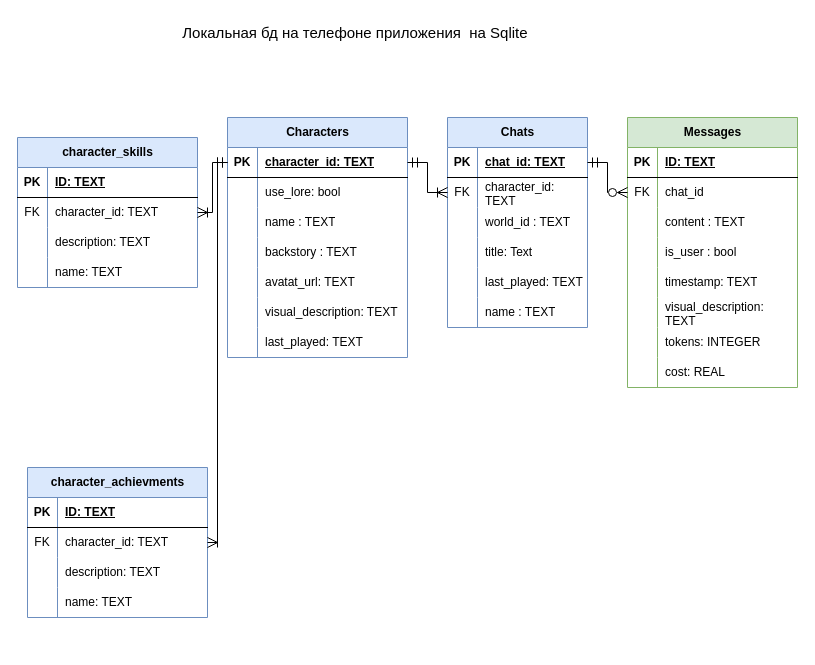
Aleksandrpch/RPG_chat keeps this draw.io diagram as docs/Локальная бд на телефоне RPG_CHAT.drawio. Above is the earlier version. Source tidied: cells renumbered, new cells numbered last; positions are measured from the earlier drawing's top-left corner, leaving out a move shared by most shapes. Both pictures are drawn from the tidied source at 100%, with x=0, y=0 at pixel (17, 17).
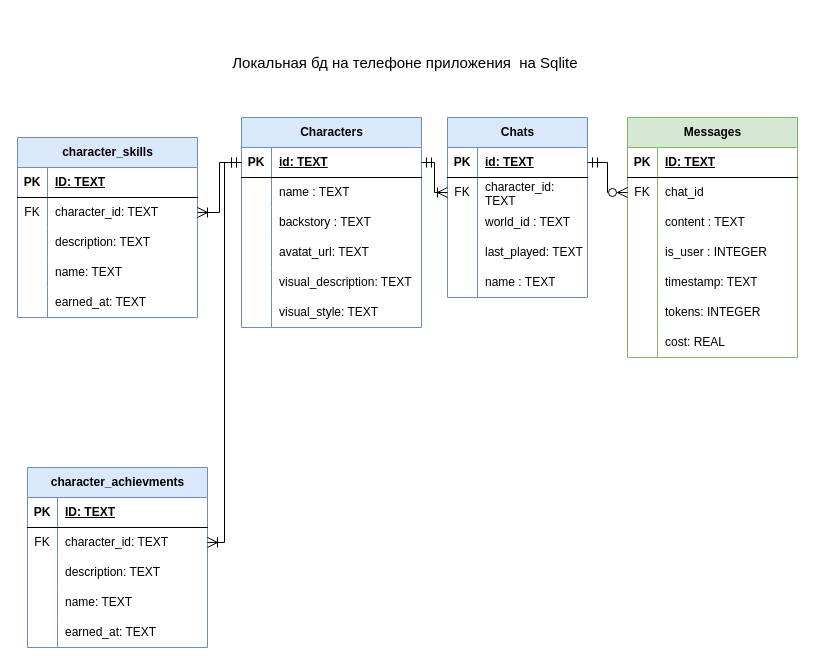
Above is the later version.

The change refers to these unchanged cells:
```xml
<mxCell id="3" style="shape=tableRow;horizontal=0;startSize=0;swimlaneHead=0;swimlaneBody=0;fillColor=none;points=[[0,0.5],[1,0.5]];portConstraint=eastwest;top=0;left=0;right=0;bottom=1;" parent="2" vertex="1">
  <mxGeometry y="30" width="180" height="30" as="geometry" />
</mxCell>
<mxCell id="38" style="shape=tableRow;horizontal=0;startSize=0;swimlaneHead=0;swimlaneBody=0;fillColor=none;points=[[0,0.5],[1,0.5]];portConstraint=eastwest;top=0;left=0;right=0;bottom=1;" parent="37" vertex="1">
  <mxGeometry y="30" width="140" height="30" as="geometry" />
</mxCell>
<mxCell id="79" style="shape=tableRow;horizontal=0;startSize=0;swimlaneHead=0;swimlaneBody=0;fillColor=none;top=0;left=0;right=0;bottom=0;" parent="69" vertex="1">
  <mxGeometry y="120" width="170" height="30" as="geometry" />
</mxCell>
```

The edit, as a diff of the source:
```diff
@@
     <mxCell id="2" value="Characters" style="shape=table;startSize=30;childLayout=tableLayout;rowLines=0;fontStyle=1;align=center;html=1;fillColor=#dae8fc;strokeColor=#6c8ebf;" parent="1" vertex="1">
-      <mxGeometry x="210" y="100" width="180" height="240" as="geometry" />
+      <mxGeometry x="224" y="100" width="180" height="210" as="geometry" />
     </mxCell>
@@
-    <mxCell id="5" value="character_id: TEXT" style="shape=partialRectangle;fillColor=none;top=0;left=0;bottom=0;right=0;align=left;spacingLeft=6;fontStyle=5;overflow=hidden;whiteSpace=wrap;html=1;" parent="3" vertex="1">
+    <mxCell id="5" value="id: TEXT" style="shape=partialRectangle;fillColor=none;top=0;left=0;bottom=0;right=0;align=left;spacingLeft=6;fontStyle=5;overflow=hidden;whiteSpace=wrap;html=1;" parent="3" vertex="1">
       <mxGeometry x="30" width="150" height="30" as="geometry" />
     </mxCell>
-    <mxCell id="6" style="shape=tableRow;horizontal=0;startSize=0;swimlaneHead=0;swimlaneBody=0;fillColor=none;top=0;left=0;right=0;bottom=0;" parent="2" vertex="1">
-      <mxGeometry y="60" width="180" height="30" as="geometry" />
-    </mxCell>
-    <mxCell id="7" style="shape=partialRectangle;fillColor=none;top=0;left=0;bottom=0;right=0;overflow=hidden;whiteSpace=wrap;html=1;" parent="6" vertex="1">
-      <mxGeometry width="30" height="30" as="geometry" />
-    </mxCell>
-    <mxCell id="8" value="use_lore: bool" style="shape=partialRectangle;fillColor=none;top=0;left=0;bottom=0;right=0;align=left;spacingLeft=6;overflow=hidden;whiteSpace=wrap;html=1;" parent="6" vertex="1">
-      <mxGeometry x="30" width="150" height="30" as="geometry" />
-    </mxCell>
     <mxCell id="9" style="shape=tableRow;horizontal=0;startSize=0;swimlaneHead=0;swimlaneBody=0;fillColor=none;top=0;left=0;right=0;bottom=0;" parent="2" vertex="1">
-      <mxGeometry y="90" width="180" height="30" as="geometry" />
+      <mxGeometry y="60" width="180" height="30" as="geometry" />
     </mxCell>
@@
     <mxCell id="12" style="shape=tableRow;horizontal=0;startSize=0;swimlaneHead=0;swimlaneBody=0;fillColor=none;top=0;left=0;right=0;bottom=0;" parent="2" vertex="1">
-      <mxGeometry y="120" width="180" height="30" as="geometry" />
+      <mxGeometry y="90" width="180" height="30" as="geometry" />
     </mxCell>
@@
     <mxCell id="15" style="shape=tableRow;horizontal=0;startSize=0;swimlaneHead=0;swimlaneBody=0;fillColor=none;top=0;left=0;right=0;bottom=0;" parent="2" vertex="1">
-      <mxGeometry y="150" width="180" height="30" as="geometry" />
+      <mxGeometry y="120" width="180" height="30" as="geometry" />
     </mxCell>
@@
     <mxCell id="18" style="shape=tableRow;horizontal=0;startSize=0;swimlaneHead=0;swimlaneBody=0;fillColor=none;top=0;left=0;right=0;bottom=0;" parent="2" vertex="1">
-      <mxGeometry y="180" width="180" height="30" as="geometry" />
+      <mxGeometry y="150" width="180" height="30" as="geometry" />
     </mxCell>
@@
     <mxCell id="21" style="shape=tableRow;horizontal=0;startSize=0;swimlaneHead=0;swimlaneBody=0;fillColor=none;top=0;left=0;right=0;bottom=0;" parent="2" vertex="1">
-      <mxGeometry y="210" width="180" height="30" as="geometry" />
+      <mxGeometry y="180" width="180" height="30" as="geometry" />
     </mxCell>
@@
-    <mxCell id="23" value="last_played: TEXT" style="shape=partialRectangle;fillColor=none;top=0;left=0;bottom=0;right=0;align=left;spacingLeft=6;overflow=hidden;whiteSpace=wrap;html=1;" parent="21" vertex="1">
+    <mxCell id="23" value="visual_style: TEXT" style="shape=partialRectangle;fillColor=none;top=0;left=0;bottom=0;right=0;align=left;spacingLeft=6;overflow=hidden;whiteSpace=wrap;html=1;" parent="21" vertex="1">
       <mxGeometry x="30" width="150" height="30" as="geometry" />
     </mxCell>
     <mxCell id="24" value="character_achievments" style="shape=table;startSize=30;childLayout=tableLayout;rowLines=0;fontStyle=1;align=center;html=1;fillColor=#dae8fc;strokeColor=#6c8ebf;" parent="1" vertex="1">
-      <mxGeometry x="10" y="450" width="180" height="150" as="geometry" />
+      <mxGeometry x="10" y="450" width="180" height="180" as="geometry" />
     </mxCell>
@@
+    <mxCell id="99" style="shape=tableRow;horizontal=0;startSize=0;swimlaneHead=0;swimlaneBody=0;fillColor=none;top=0;left=0;right=0;bottom=0;" parent="24" vertex="1">
+      <mxGeometry y="150" width="180" height="30" as="geometry" />
+    </mxCell>
+    <mxCell id="100" style="shape=partialRectangle;fillColor=none;top=0;left=0;bottom=0;right=0;overflow=hidden;whiteSpace=wrap;html=1;" parent="99" vertex="1">
+      <mxGeometry width="30" height="30" as="geometry" />
+    </mxCell>
+    <mxCell id="101" value="earned_at: TEXT" style="shape=partialRectangle;fillColor=none;top=0;left=0;bottom=0;right=0;align=left;spacingLeft=6;overflow=hidden;whiteSpace=wrap;html=1;" parent="99" vertex="1">
+      <mxGeometry x="30" width="150" height="30" as="geometry" />
+    </mxCell>
     <mxCell id="37" value="Chats" style="shape=table;startSize=30;childLayout=tableLayout;rowLines=0;fontStyle=1;align=center;html=1;fillColor=#dae8fc;strokeColor=#6c8ebf;" parent="1" vertex="1">
-      <mxGeometry x="430" y="100" width="140" height="210" as="geometry" />
+      <mxGeometry x="430" y="100" width="140" height="180" as="geometry" />
     </mxCell>
@@
-    <mxCell id="40" value="chat_id: TEXT" style="shape=partialRectangle;fillColor=none;top=0;left=0;bottom=0;right=0;align=left;spacingLeft=6;fontStyle=5;overflow=hidden;whiteSpace=wrap;html=1;" parent="38" vertex="1">
+    <mxCell id="40" value="id: TEXT" style="shape=partialRectangle;fillColor=none;top=0;left=0;bottom=0;right=0;align=left;spacingLeft=6;fontStyle=5;overflow=hidden;whiteSpace=wrap;html=1;" parent="38" vertex="1">
       <mxGeometry x="30" width="110" height="30" as="geometry" />
     </mxCell>
@@
-    <mxCell id="47" style="shape=tableRow;horizontal=0;startSize=0;swimlaneHead=0;swimlaneBody=0;fillColor=none;top=0;left=0;right=0;bottom=0;" parent="37" vertex="1">
-      <mxGeometry y="120" width="140" height="30" as="geometry" />
-    </mxCell>
-    <mxCell id="48" style="shape=partialRectangle;fillColor=none;top=0;left=0;bottom=0;right=0;overflow=hidden;whiteSpace=wrap;html=1;" parent="47" vertex="1">
-      <mxGeometry width="30" height="30" as="geometry" />
-    </mxCell>
-    <mxCell id="49" value="title: Text" style="shape=partialRectangle;fillColor=none;top=0;left=0;bottom=0;right=0;align=left;spacingLeft=6;overflow=hidden;whiteSpace=wrap;html=1;" parent="47" vertex="1">
-      <mxGeometry x="30" width="110" height="30" as="geometry" />
-    </mxCell>
     <mxCell id="50" style="shape=tableRow;horizontal=0;startSize=0;swimlaneHead=0;swimlaneBody=0;fillColor=none;top=0;left=0;right=0;bottom=0;" parent="37" vertex="1">
-      <mxGeometry y="150" width="140" height="30" as="geometry" />
+      <mxGeometry y="120" width="140" height="30" as="geometry" />
     </mxCell>
@@
     <mxCell id="53" style="shape=tableRow;horizontal=0;startSize=0;swimlaneHead=0;swimlaneBody=0;fillColor=none;top=0;left=0;right=0;bottom=0;" parent="37" vertex="1">
-      <mxGeometry y="180" width="140" height="30" as="geometry" />
+      <mxGeometry y="150" width="140" height="30" as="geometry" />
     </mxCell>
@@
     <mxCell id="56" value="character_skills" style="shape=table;startSize=30;childLayout=tableLayout;rowLines=0;fontStyle=1;align=center;html=1;fillColor=#dae8fc;strokeColor=#6c8ebf;" parent="1" vertex="1">
-      <mxGeometry y="120" width="180" height="150" as="geometry" />
+      <mxGeometry y="120" width="180" height="180" as="geometry" />
     </mxCell>
@@
+    <mxCell id="102" style="shape=tableRow;horizontal=0;startSize=0;swimlaneHead=0;swimlaneBody=0;fillColor=none;top=0;left=0;right=0;bottom=0;" parent="56" vertex="1">
+      <mxGeometry y="150" width="180" height="30" as="geometry" />
+    </mxCell>
+    <mxCell id="103" style="shape=partialRectangle;fillColor=none;top=0;left=0;bottom=0;right=0;overflow=hidden;whiteSpace=wrap;html=1;" parent="102" vertex="1">
+      <mxGeometry width="30" height="30" as="geometry" />
+    </mxCell>
+    <mxCell id="104" value="earned_at: TEXT" style="shape=partialRectangle;fillColor=none;top=0;left=0;bottom=0;right=0;align=left;spacingLeft=6;overflow=hidden;whiteSpace=wrap;html=1;" parent="102" vertex="1">
+      <mxGeometry x="30" width="150" height="30" as="geometry" />
+    </mxCell>
     <mxCell id="69" value="Messages" style="shape=table;startSize=30;childLayout=tableLayout;rowLines=0;fontStyle=1;align=center;html=1;fillColor=#d5e8d4;strokeColor=#82b366;" parent="1" vertex="1">
-      <mxGeometry x="610" y="100" width="170" height="270" as="geometry" />
+      <mxGeometry x="610" y="100" width="170" height="240" as="geometry" />
     </mxCell>
@@
-    <mxCell id="81" value="is_user : bool" style="shape=partialRectangle;fillColor=none;top=0;left=0;bottom=0;right=0;align=left;spacingLeft=6;overflow=hidden;whiteSpace=wrap;html=1;" parent="79" vertex="1">
+    <mxCell id="81" value="is_user : INTEGER" style="shape=partialRectangle;fillColor=none;top=0;left=0;bottom=0;right=0;align=left;spacingLeft=6;overflow=hidden;whiteSpace=wrap;html=1;" parent="79" vertex="1">
       <mxGeometry x="30" width="140" height="30" as="geometry" />
     </mxCell>
@@
-    <mxCell id="85" style="shape=tableRow;horizontal=0;startSize=0;swimlaneHead=0;swimlaneBody=0;fillColor=none;top=0;left=0;right=0;bottom=0;" parent="69" vertex="1">
-      <mxGeometry y="180" width="170" height="30" as="geometry" />
-    </mxCell>
-    <mxCell id="86" style="shape=partialRectangle;fillColor=none;top=0;left=0;bottom=0;right=0;overflow=hidden;whiteSpace=wrap;html=1;" parent="85" vertex="1">
-      <mxGeometry width="30" height="30" as="geometry" />
-    </mxCell>
-    <mxCell id="87" value="visual_description: TEXT" style="shape=partialRectangle;fillColor=none;top=0;left=0;bottom=0;right=0;align=left;spacingLeft=6;overflow=hidden;whiteSpace=wrap;html=1;" parent="85" vertex="1">
-      <mxGeometry x="30" width="140" height="30" as="geometry" />
-    </mxCell>
     <mxCell id="88" style="shape=tableRow;horizontal=0;startSize=0;swimlaneHead=0;swimlaneBody=0;fillColor=none;top=0;left=0;right=0;bottom=0;" parent="69" vertex="1">
-      <mxGeometry y="210" width="170" height="30" as="geometry" />
+      <mxGeometry y="180" width="170" height="30" as="geometry" />
     </mxCell>
@@
     <mxCell id="91" style="shape=tableRow;horizontal=0;startSize=0;swimlaneHead=0;swimlaneBody=0;fillColor=none;top=0;left=0;right=0;bottom=0;" parent="69" vertex="1">
-      <mxGeometry y="240" width="170" height="30" as="geometry" />
+      <mxGeometry y="210" width="170" height="30" as="geometry" />
     </mxCell>
@@
     <mxCell id="98" value="&lt;font style=&quot;font-size: 15px;&quot;&gt;Локальная бд на телефоне приложения&amp;nbsp; на Sqlite&amp;nbsp;&lt;/font&gt;" style="text;html=1;whiteSpace=wrap;strokeColor=none;fillColor=none;align=center;verticalAlign=middle;rounded=0;" parent="1" vertex="1">
-      <mxGeometry x="160" width="360" height="30" as="geometry" />
+      <mxGeometry x="210" y="30" width="360" height="30" as="geometry" />
     </mxCell>
```
